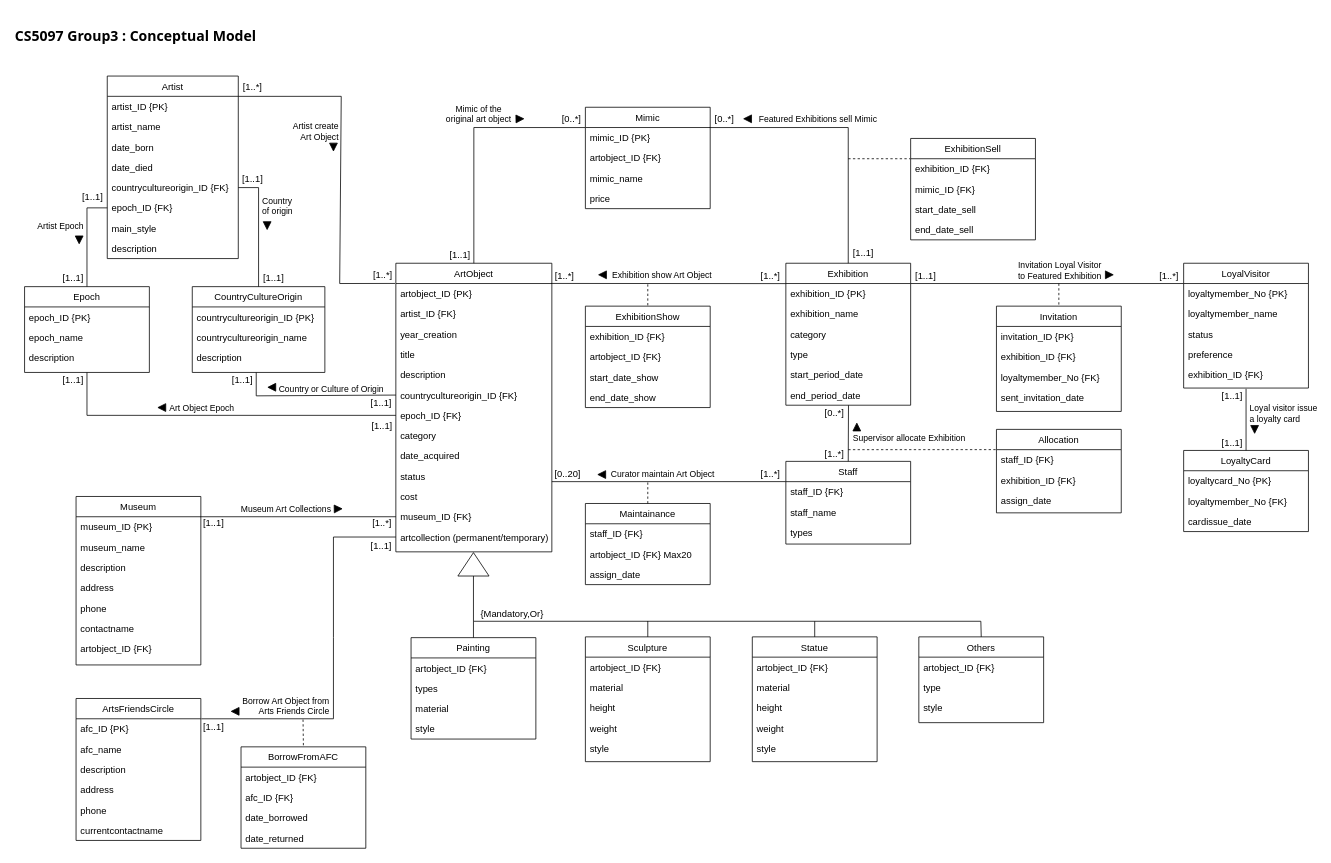
The draw.io diagram Group3_Conceptual-Model-3NF.drawio in chanokchut/CS5097, before the edit. Source tidied: cells renumbered, new cells numbered last; positions are measured from the earlier drawing's top-left corner, leaving out a move shared by most shapes. Both pictures are drawn from the tidied source at 78%, with x=0, y=0 at pixel (13, 13).
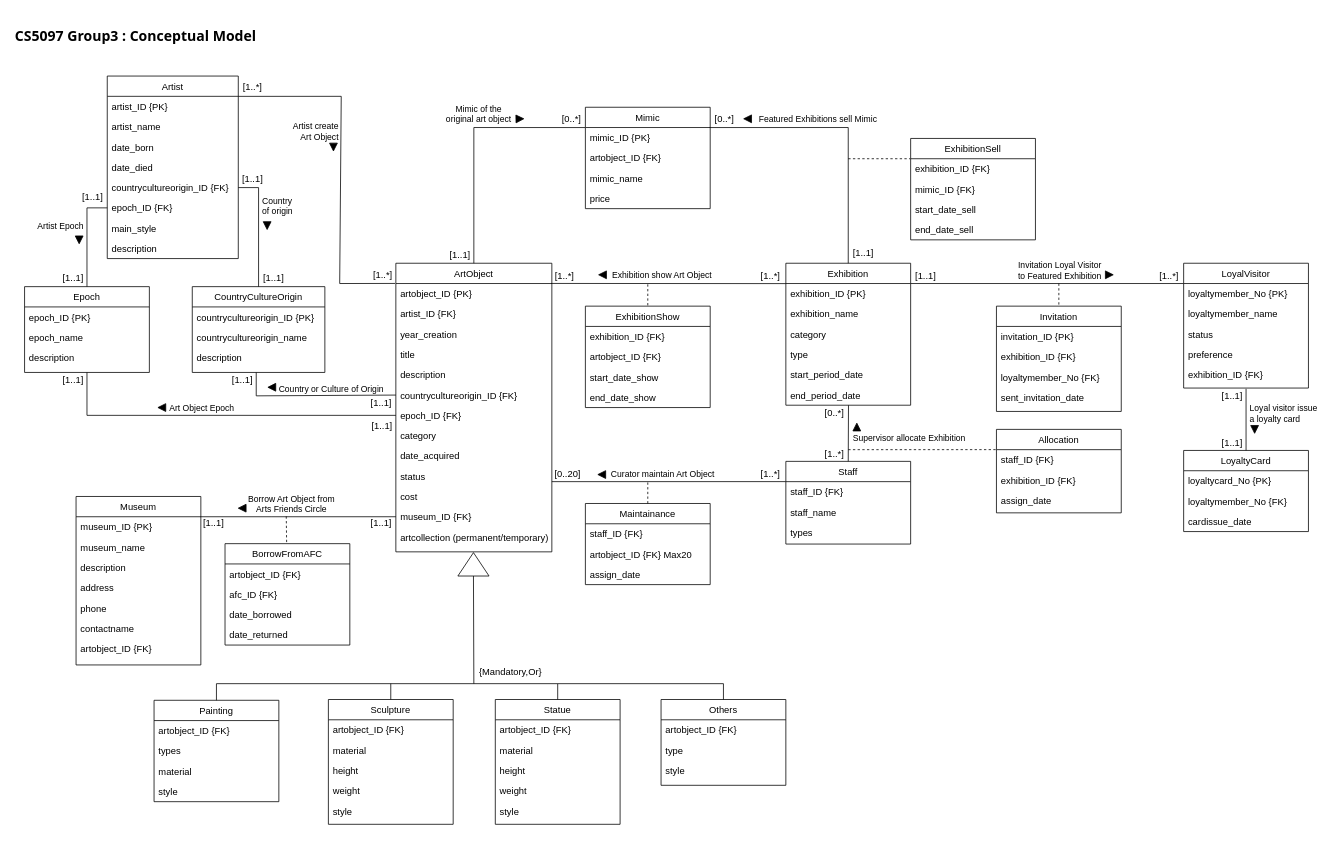
Above is the later version.

Unchanged cells that the change refers to:
```xml
<mxCell id="27" value="artcollection (permanent/temporary)" style="text;align=left;verticalAlign=top;spacingLeft=4;spacingRight=4;overflow=hidden;points=[[0,0.5],[1,0.5]];portConstraint=eastwest;" parent="14" vertex="1">
  <mxGeometry y="338" width="200" height="26" as="geometry" />
</mxCell>
<mxCell id="105" style="endArrow=none;html=1;rounded=0;exitX=0;exitY=0.5;exitDx=0;exitDy=0;entryX=0.997;entryY=0;entryDx=0;entryDy=0;entryPerimeter=0;" parent="1" edge="1" source="26" target="7">
  <mxGeometry relative="1" as="geometry">
    <Array as="points">
      <mxPoint x="330" y="645" />
    </Array>
  </mxGeometry>
</mxCell>
<mxCell id="195" style="triangle;whiteSpace=wrap;html=1;rotation=-90;" parent="1" vertex="1">
  <mxGeometry x="574.5" y="686" width="30" height="40" as="geometry" />
</mxCell>
```

Diff of the diagram source:
```diff
@@
     <mxCell id="37" value="Painting" style="swimlane;fontStyle=0;align=center;verticalAlign=top;horizontal=1;startSize=26;rounded=0;shadow=0;strokeWidth=1;" parent="1" vertex="1">
-      <mxGeometry x="509.5" y="800" width="160" height="130" as="geometry" />
+      <mxGeometry x="180" y="880.3" width="160" height="130" as="geometry" />
     </mxCell>
@@
     <mxCell id="42" value="Sculpture" style="swimlane;fontStyle=0;align=center;verticalAlign=top;horizontal=1;startSize=26;rounded=0;shadow=0;strokeWidth=1;" parent="1" vertex="1">
-      <mxGeometry x="733" y="799" width="160" height="160" as="geometry" />
+      <mxGeometry x="403.5" y="879.3" width="160" height="160" as="geometry" />
     </mxCell>
@@
     <mxCell id="48" value="Others" style="swimlane;fontStyle=0;align=center;verticalAlign=top;horizontal=1;startSize=26;rounded=0;shadow=0;strokeWidth=1;" parent="1" vertex="1">
-      <mxGeometry x="1160.5" y="799" width="160" height="110" as="geometry" />
+      <mxGeometry x="830" y="879.3" width="160" height="110" as="geometry" />
     </mxCell>
@@
     <mxCell id="52" value="Statue" style="swimlane;fontStyle=0;align=center;verticalAlign=top;horizontal=1;startSize=26;rounded=0;shadow=0;strokeWidth=1;" parent="1" vertex="1">
-      <mxGeometry x="947" y="799" width="160" height="160" as="geometry" />
+      <mxGeometry x="617.5" y="879.3" width="160" height="160" as="geometry" />
     </mxCell>
@@
-    <mxCell id="104" style="endArrow=none;html=1;rounded=0;exitX=0;exitY=0.5;exitDx=0;exitDy=0;entryX=0.5;entryY=0;entryDx=0;entryDy=0;" parent="1" edge="1" source="195" target="37">
-      <mxGeometry relative="1" as="geometry" />
+    <mxCell id="104" style="endArrow=none;html=1;rounded=0;exitX=0;exitY=0.5;exitDx=0;exitDy=0;" parent="1" edge="1" source="195">
+      <mxGeometry relative="1" as="geometry">
+        <mxPoint x="590" y="859" as="targetPoint" />
+      </mxGeometry>
     </mxCell>
@@
-    <mxCell id="106" value="Museum Art Collections" style="edgeLabel;html=1;align=center;verticalAlign=middle;" parent="105" vertex="1">
-      <mxGeometry x="0.29" y="-2" relative="1" as="geometry">
-        <mxPoint x="20" y="-8" as="offset" />
-      </mxGeometry>
-    </mxCell>
+    <mxCell id="191" value="&lt;span style=&quot;text-align: right;&quot;&gt;Borrow Art Object from&lt;/span&gt;&lt;br style=&quot;text-align: right;&quot;&gt;&lt;span style=&quot;text-align: right;&quot;&gt;Arts Friends Circle&lt;/span&gt;" style="edgeLabel;html=1;align=center;verticalAlign=middle;" parent="105" vertex="1">
+      <mxGeometry x="0.13" y="4" relative="1" as="geometry">
+        <mxPoint x="7" y="-21" as="offset" />
+      </mxGeometry>
+    </mxCell>
@@
     <mxCell id="109" value="{Mandatory,Or}" style="text;whiteSpace=wrap;" parent="1" vertex="1">
-      <mxGeometry x="597" y="756" width="90" height="30" as="geometry" />
+      <mxGeometry x="595" y="830" width="90" height="30" as="geometry" />
     </mxCell>
@@
-    <mxCell id="141" value="[1..*]" style="text;html=1;align=center;verticalAlign=middle;whiteSpace=wrap;rounded=0;" parent="1" vertex="1">
-      <mxGeometry x="449.5" y="638" width="45" height="30" as="geometry" />
-    </mxCell>
@@
-    <mxCell id="183" value="ArtsFriendsCircle" style="swimlane;fontStyle=0;align=center;verticalAlign=top;horizontal=1;startSize=26;rounded=0;shadow=0;strokeWidth=1;" parent="1" vertex="1">
-      <mxGeometry x="80" y="878" width="160" height="182" as="geometry" />
-    </mxCell>
-    <mxCell id="184" value="afc_ID {PK}" style="text;align=left;verticalAlign=top;spacingLeft=4;spacingRight=4;overflow=hidden;points=[[0,0.5],[1,0.5]];portConstraint=eastwest;" parent="183" vertex="1">
-      <mxGeometry y="26" width="160" height="26" as="geometry" />
-    </mxCell>
-    <mxCell id="185" value="afc_name" style="text;align=left;verticalAlign=top;spacingLeft=4;spacingRight=4;overflow=hidden;" parent="183" vertex="1">
-      <mxGeometry y="52" width="160" height="26" as="geometry" />
-    </mxCell>
-    <mxCell id="186" value="description" style="text;align=left;verticalAlign=top;spacingLeft=4;spacingRight=4;overflow=hidden;" parent="183" vertex="1">
-      <mxGeometry y="78" width="160" height="26" as="geometry" />
-    </mxCell>
-    <mxCell id="187" value="address" style="text;align=left;verticalAlign=top;spacingLeft=4;spacingRight=4;overflow=hidden;" parent="183" vertex="1">
-      <mxGeometry y="104" width="160" height="26" as="geometry" />
-    </mxCell>
-    <mxCell id="188" value="phone" style="text;align=left;verticalAlign=top;spacingLeft=4;spacingRight=4;overflow=hidden;" parent="183" vertex="1">
-      <mxGeometry y="130" width="160" height="26" as="geometry" />
-    </mxCell>
-    <mxCell id="189" value="currentcontactname" style="text;align=left;verticalAlign=top;spacingLeft=4;spacingRight=4;overflow=hidden;" parent="183" vertex="1">
-      <mxGeometry y="156" width="160" height="26" as="geometry" />
-    </mxCell>
-    <mxCell id="190" style="endArrow=none;html=1;rounded=0;exitX=1.004;exitY=0.002;exitDx=0;exitDy=0;entryX=0;entryY=0.5;entryDx=0;entryDy=0;exitPerimeter=0;" parent="1" edge="1" source="184" target="27">
-      <mxGeometry relative="1" as="geometry">
-        <Array as="points">
-          <mxPoint x="410" y="904" />
-          <mxPoint x="410" y="800" />
-          <mxPoint x="410" y="671" />
-        </Array>
-      </mxGeometry>
-    </mxCell>
-    <mxCell id="191" value="Borrow Art Object from&lt;br&gt;Arts Friends Circle" style="edgeLabel;html=1;align=right;verticalAlign=middle;" parent="190" vertex="1">
-      <mxGeometry x="0.47" y="-1" relative="1" as="geometry">
-        <mxPoint x="-6" y="169" as="offset" />
-      </mxGeometry>
-    </mxCell>
     <mxCell id="192" value="[1..1]" style="text;html=1;align=center;verticalAlign=middle;whiteSpace=wrap;rounded=0;" parent="1" vertex="1">
-      <mxGeometry x="448.5" y="668" width="45" height="30" as="geometry" />
+      <mxGeometry x="449" y="639" width="45" height="30" as="geometry" />
     </mxCell>
-    <mxCell id="193" style="shape=mxgraph.arrows2.wedgeArrow;html=1;startWidth=5;fillColor=strokeColor;defaultFillColor=invert;defaultGradientColor=invert;rounded=0;endSize=8;arcSize=100;" parent="1" edge="1">
-      <mxGeometry relative="1" as="geometry">
-        <mxPoint x="411" y="635" as="sourcePoint" />
-        <mxPoint x="421" y="634.8" as="targetPoint" />
-      </mxGeometry>
-    </mxCell>
-    <mxCell id="194" value="[1..1]" style="text;html=1;align=center;verticalAlign=middle;whiteSpace=wrap;rounded=0;" parent="1" vertex="1">
-      <mxGeometry x="234" y="900" width="45" height="30" as="geometry" />
-    </mxCell>
@@
     <mxCell id="196" value="BorrowFromAFC" style="swimlane;fontStyle=0;align=center;verticalAlign=top;horizontal=1;startSize=26;rounded=0;shadow=0;strokeWidth=1;" parent="1" vertex="1">
-      <mxGeometry x="291.5" y="940" width="160" height="130" as="geometry" />
+      <mxGeometry x="271" y="679.5" width="160" height="130" as="geometry" />
     </mxCell>
@@
-    <mxCell id="201" style="endArrow=none;html=1;rounded=0;entryX=0.5;entryY=0;entryDx=0;entryDy=0;dashed=1;" parent="1" edge="1" target="196">
+    <mxCell id="201" style="endArrow=none;html=1;rounded=0;entryX=0.5;entryY=0;entryDx=0;entryDy=0;dashed=1;" parent="1" edge="1">
       <mxGeometry relative="1" as="geometry">
-        <mxPoint x="371" y="905" as="sourcePoint" />
+        <mxPoint x="349.5" y="644.5" as="sourcePoint" />
+        <mxPoint x="350" y="679.5" as="targetPoint" />
       </mxGeometry>
     </mxCell>
     <mxCell id="202" style="shape=mxgraph.arrows2.wedgeArrow;html=1;startWidth=5;fillColor=strokeColor;defaultFillColor=invert;defaultGradientColor=invert;rounded=0;endSize=8;arcSize=100;" parent="1" edge="1">
       <mxGeometry relative="1" as="geometry">
-        <mxPoint x="289" y="894.5" as="sourcePoint" />
-        <mxPoint x="279" y="894.5" as="targetPoint" />
+        <mxPoint x="298" y="634" as="sourcePoint" />
+        <mxPoint x="288" y="634" as="targetPoint" />
       </mxGeometry>
     </mxCell>
     <mxCell id="203" style="endArrow=none;html=1;rounded=0;" parent="1" edge="1">
       <mxGeometry relative="1" as="geometry">
-        <mxPoint x="590" y="779" as="sourcePoint" />
-        <mxPoint x="1240" y="779" as="targetPoint" />
+        <mxPoint x="260" y="859" as="sourcePoint" />
+        <mxPoint x="910" y="859" as="targetPoint" />
       </mxGeometry>
     </mxCell>
     <mxCell id="204" style="endArrow=none;html=1;rounded=0;entryX=0.5;entryY=0;entryDx=0;entryDy=0;exitX=0.5;exitY=1.026;exitDx=0;exitDy=0;exitPerimeter=0;" parent="1" edge="1" target="42">
       <mxGeometry relative="1" as="geometry">
-        <mxPoint x="813" y="778.7" as="sourcePoint" />
+        <mxPoint x="483.5" y="859" as="sourcePoint" />
       </mxGeometry>
     </mxCell>
-    <mxCell id="205" style="endArrow=none;html=1;rounded=0;entryX=0.5;entryY=0;entryDx=0;entryDy=0;" parent="1" edge="1">
-      <mxGeometry relative="1" as="geometry">
-        <mxPoint x="1240" y="779" as="sourcePoint" />
-        <mxPoint x="1240.5" y="799" as="targetPoint" />
-      </mxGeometry>
-    </mxCell>
     <mxCell id="206" style="endArrow=none;html=1;rounded=0;entryX=0.5;entryY=0;entryDx=0;entryDy=0;" parent="1" edge="1">
       <mxGeometry relative="1" as="geometry">
-        <mxPoint x="1027" y="779" as="sourcePoint" />
-        <mxPoint x="1027" y="799" as="targetPoint" />
+        <mxPoint x="697.5" y="859.3" as="sourcePoint" />
+        <mxPoint x="697.5" y="879.3" as="targetPoint" />
       </mxGeometry>
     </mxCell>
+    <mxCell id="207" style="endArrow=none;html=1;rounded=0;exitX=0.5;exitY=0;exitDx=0;exitDy=0;" parent="1" edge="1" source="37">
+      <mxGeometry relative="1" as="geometry">
+        <mxPoint x="260" y="859" as="targetPoint" />
+      </mxGeometry>
+    </mxCell>
+    <mxCell id="208" style="endArrow=none;html=1;rounded=0;entryX=0.5;entryY=0;entryDx=0;entryDy=0;" parent="1" edge="1" target="48">
+      <mxGeometry relative="1" as="geometry">
+        <mxPoint x="910" y="859" as="sourcePoint" />
+      </mxGeometry>
+    </mxCell>
```
